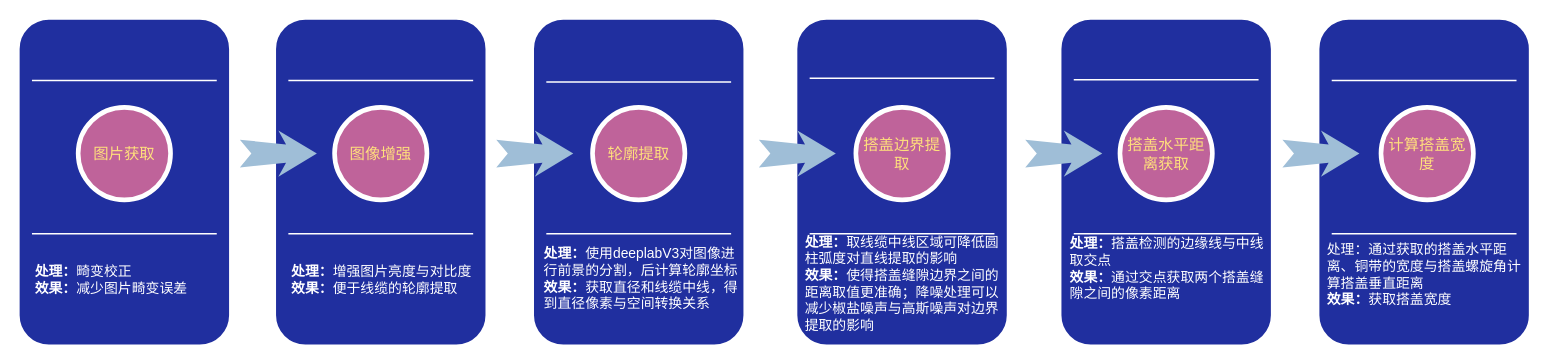
This is 未命名绘图.drawio from liuyi3013/colab, a draw.io file, before an edit. Source tidied: cells renumbered, new cells numbered last; positions are measured from the earlier drawing's top-left corner, leaving out a move shared by most shapes. Both pictures are drawn from the tidied source at 77%, with x=0, y=0 at pixel (16, 16).
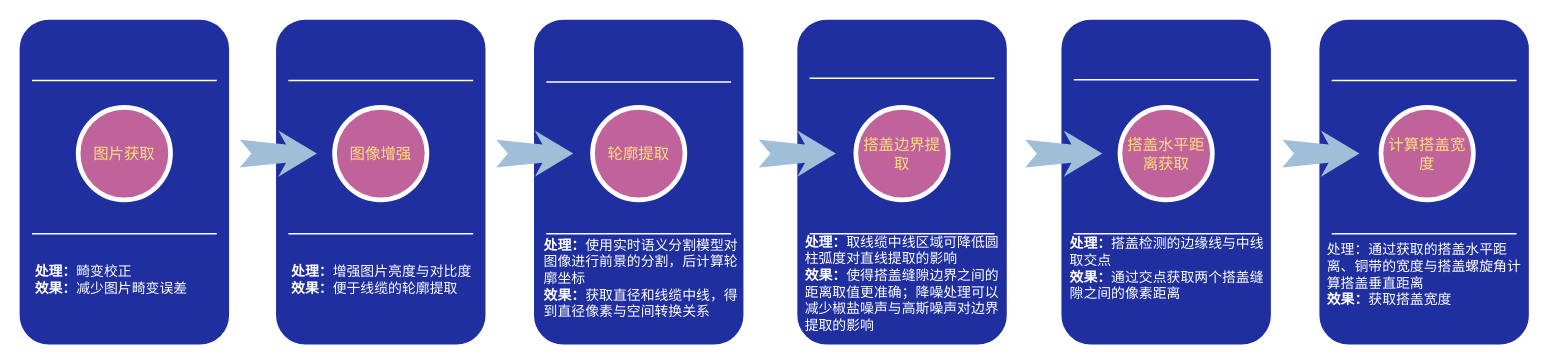
Above is the later version.

Commit message:
更新未命名绘图.drawio

Change to the diagram source:
```diff
@@
-    <mxCell id="3" value="&lt;b&gt;处理：&lt;/b&gt;使用deeplabV3对图像进行前景的分割，后计算轮廓坐标&lt;br&gt;&lt;b&gt;效果：&lt;/b&gt;获取直径和线缆中线，得到直径像素与空间转换关系" style="text;html=1;strokeColor=none;fillColor=none;align=left;verticalAlign=middle;whiteSpace=wrap;rounded=0;shadow=0;fontSize=18;fontColor=#FFFFFF;" parent="1" vertex="1">
+    <mxCell id="3" value="&lt;b&gt;处理：&lt;/b&gt;使用实时语义分割模型对图像进行前景的分割，后计算轮廓坐标&lt;br&gt;&lt;b&gt;效果：&lt;/b&gt;获取直径和线缆中线，得到直径像素与空间转换关系" style="text;html=1;strokeColor=none;fillColor=none;align=left;verticalAlign=middle;whiteSpace=wrap;rounded=0;shadow=0;fontSize=18;fontColor=#FFFFFF;" parent="1" vertex="1">
       <mxGeometry x="682.5" y="296" width="254.5" height="90" as="geometry" />
     </mxCell>
```
